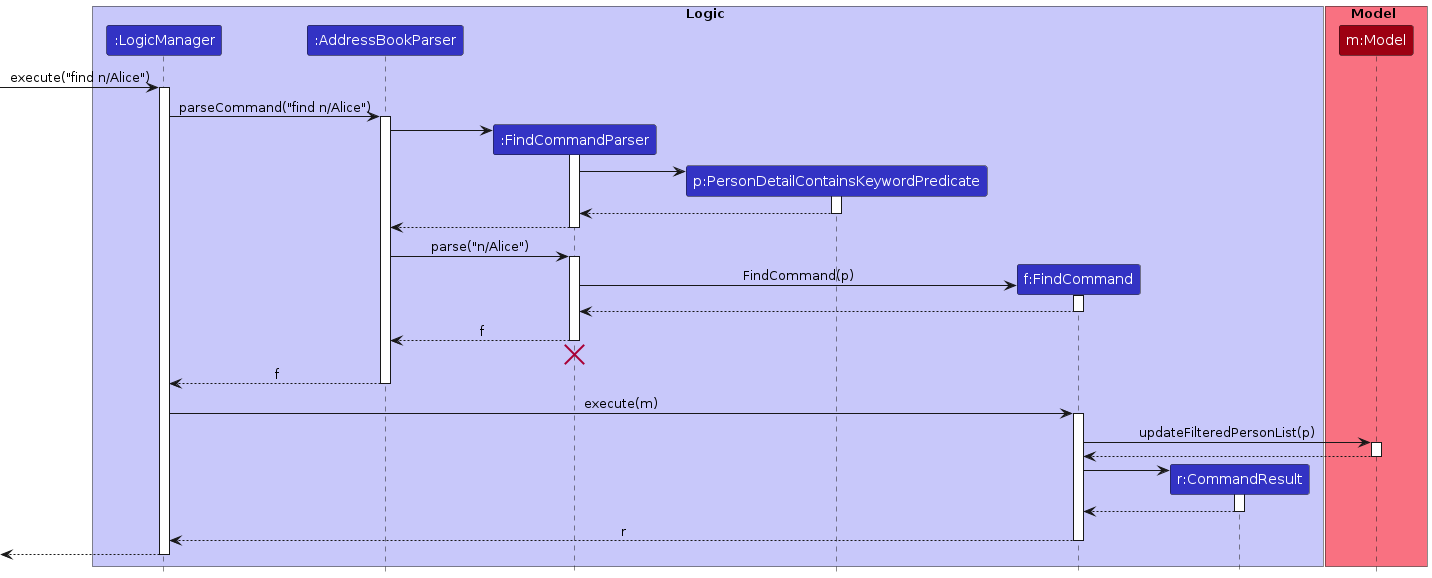
AY2324S2-CS2103T-T10-1/tp keeps this PlantUML diagram as diagrams/FindImplementationSequenceDiagram.png. Above is the earlier version. Its source is kept beside it as diagrams/FindImplementationSequenceDiagram.puml. The source it was exported from:
```plantuml
@startuml
!include style.puml
skinparam ArrowFontStyle plain

box Logic LOGIC_COLOR_T1
participant ":LogicManager" as LogicManager LOGIC_COLOR
participant ":AddressBookParser" as AddressBookParser LOGIC_COLOR
participant ":FindCommandParser" as FindCommandParser LOGIC_COLOR
participant "p:PersonDetailContainsKeywordPredicate" as Predicate LOGIC_COLOR
participant "f:FindCommand" as FindCommand LOGIC_COLOR
participant "r:CommandResult" as CommandResult LOGIC_COLOR
end box

box Model MODEL_COLOR_T1
participant "m:Model" as Model MODEL_COLOR
end box

[-> LogicManager : execute("find n/Alice")
activate LogicManager

LogicManager -> AddressBookParser : parseCommand("find n/Alice")
activate AddressBookParser

create FindCommandParser
AddressBookParser -> FindCommandParser
activate FindCommandParser

create Predicate
FindCommandParser -> Predicate
activate Predicate

Predicate --> FindCommandParser
deactivate Predicate

FindCommandParser --> AddressBookParser
deactivate FindCommandParser

AddressBookParser -> FindCommandParser : parse("n/Alice")
activate FindCommandParser

create FindCommand
FindCommandParser -> FindCommand : FindCommand(p)
activate FindCommand

FindCommand --> FindCommandParser :
deactivate FindCommand

FindCommandParser --> AddressBookParser : f
deactivate FindCommandParser
FindCommandParser -[hidden]-> AddressBookParser
destroy FindCommandParser

AddressBookParser --> LogicManager : f
deactivate AddressBookParser

LogicManager -> FindCommand : execute(m)
activate FindCommand

FindCommand -> Model : updateFilteredPersonList(p)
activate Model

Model --> FindCommand
deactivate Model

create CommandResult
FindCommand -> CommandResult
activate CommandResult

CommandResult --> FindCommand
deactivate CommandResult

FindCommand --> LogicManager : r
deactivate FindCommand

[<--LogicManager
deactivate LogicManager
@enduml
```
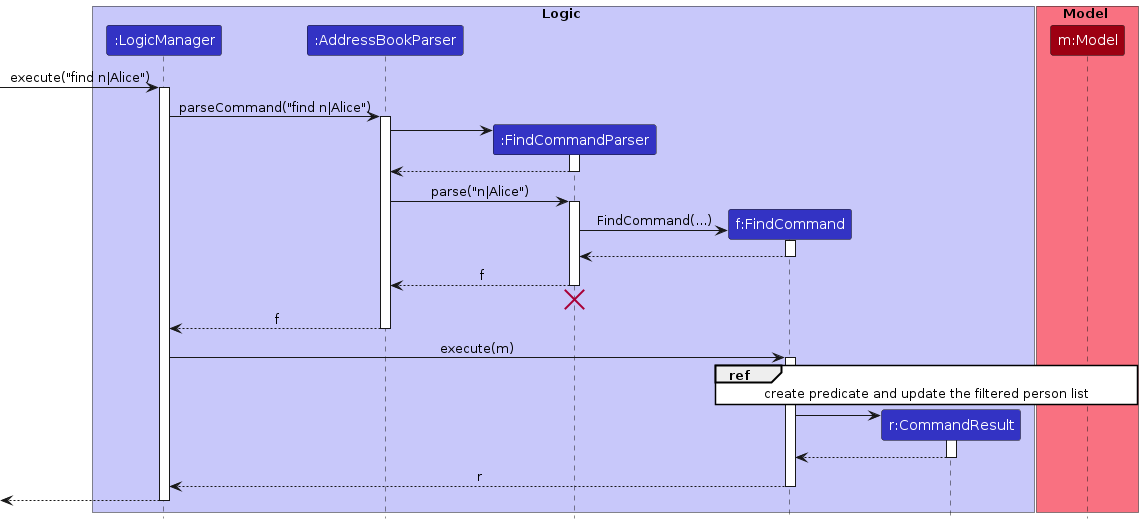
The same file after the commit.

The edit, as a diff of the source:
```diff
@@ -6,7 +6,6 @@
 participant ":LogicManager" as LogicManager LOGIC_COLOR
 participant ":AddressBookParser" as AddressBookParser LOGIC_COLOR
 participant ":FindCommandParser" as FindCommandParser LOGIC_COLOR
-participant "p:PersonDetailContainsKeywordPredicate" as Predicate LOGIC_COLOR
 participant "f:FindCommand" as FindCommand LOGIC_COLOR
 participant "r:CommandResult" as CommandResult LOGIC_COLOR
 end box
@@ -15,31 +14,24 @@
 participant "m:Model" as Model MODEL_COLOR
 end box
 
-[-> LogicManager : execute("find n/Alice")
+[-> LogicManager : execute("find n|Alice")
 activate LogicManager
 
-LogicManager -> AddressBookParser : parseCommand("find n/Alice")
+LogicManager -> AddressBookParser : parseCommand("find n|Alice")
 activate AddressBookParser
 
 create FindCommandParser
 AddressBookParser -> FindCommandParser
 activate FindCommandParser
 
-create Predicate
-FindCommandParser -> Predicate
-activate Predicate
-
-Predicate --> FindCommandParser
-deactivate Predicate
-
 FindCommandParser --> AddressBookParser
 deactivate FindCommandParser
 
-AddressBookParser -> FindCommandParser : parse("n/Alice")
+AddressBookParser -> FindCommandParser : parse("n|Alice")
 activate FindCommandParser
 
 create FindCommand
-FindCommandParser -> FindCommand : FindCommand(p)
+FindCommandParser -> FindCommand : FindCommand(...)
 activate FindCommand
 
 FindCommand --> FindCommandParser :
@@ -56,11 +48,12 @@
 LogicManager -> FindCommand : execute(m)
 activate FindCommand
 
-FindCommand -> Model : updateFilteredPersonList(p)
-activate Model
-
-Model --> FindCommand
-deactivate Model
+<style>
+Reference {
+  BackgroundColor White
+}
+</style>
+ref over FindCommand, Model : create predicate and update the filtered person list
 
 create CommandResult
 FindCommand -> CommandResult
```
